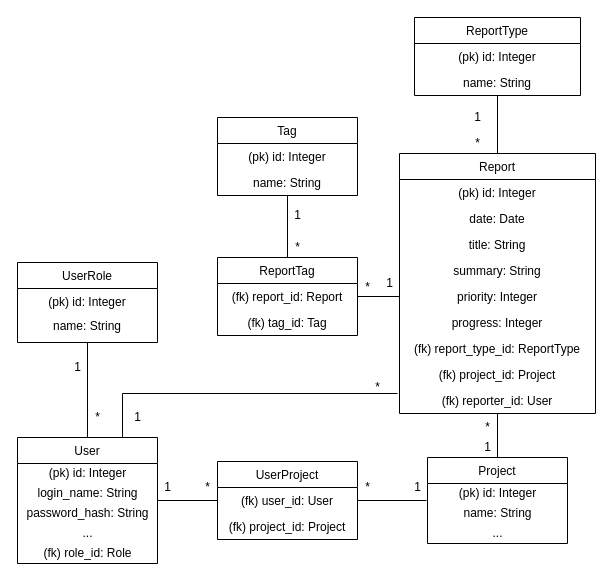
gustafla/bugtracker keeps this draw.io diagram as documentation/database_diagram.drawio. Above is the earlier version. Source tidied: cells renumbered, new cells numbered last; positions are measured from the earlier drawing's top-left corner, leaving out a move shared by most shapes. Both pictures are drawn from the tidied source at 100%, with x=0, y=0 at pixel (17, 17).
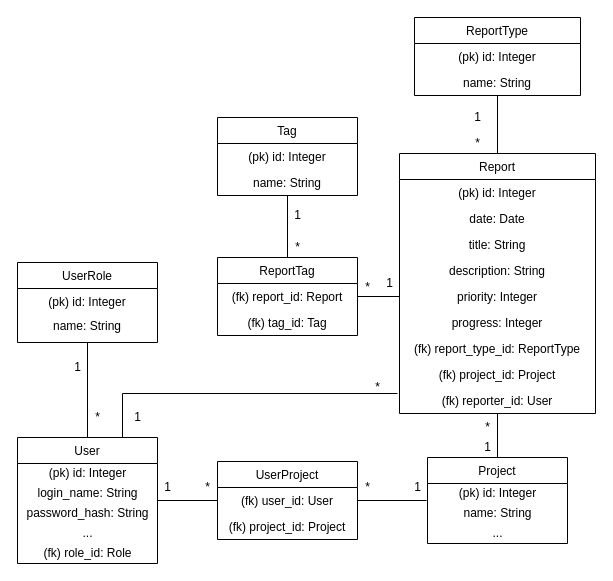
After the change.

Unchanged cells that the change refers to:
```xml
<mxCell id="29" value="Report" style="swimlane;fontStyle=0;horizontal=1;startSize=26;fillColor=none;align=center;" parent="1" vertex="1">
  <mxGeometry x="382" y="136" width="196" height="260" as="geometry" />
</mxCell>
```

Change to the diagram source:
```diff
@@
-    <mxCell id="33" value="summary: String" style="text;strokeColor=none;fillColor=none;align=center;verticalAlign=top;spacingLeft=4;spacingRight=4;overflow=hidden;" parent="29" vertex="1">
+    <mxCell id="33" value="description: String" style="text;strokeColor=none;fillColor=none;align=center;verticalAlign=top;spacingLeft=4;spacingRight=4;overflow=hidden;" parent="29" vertex="1">
       <mxGeometry y="104" width="196" height="26" as="geometry" />
     </mxCell>
```
